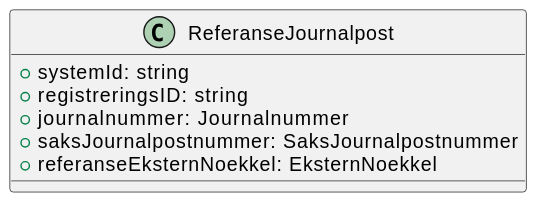
The PlantUML diagram Dokumentasjon/V1/ClassDiagrams/no.ks.fiks.saksfaser.v1.felles.referansejournalpost/classdiagram.svg in ks-no/fiks-saksfaser-specification, before a commit. Its diagram source:
```plantuml
@startuml
class ReferanseJournalpost {
    +systemId: string
    +registreringsID: string
    +journalnummer: Journalnummer
    +saksJournalpostnummer: SaksJournalpostnummer
    +referanseEksternNoekkel: EksternNoekkel
}
@enduml
```
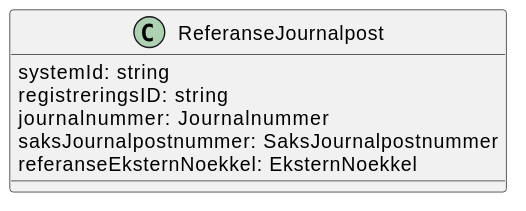
Above is the later version.

Diff of the diagram source:
```diff
@@ -1,9 +1,9 @@
 @startuml
 class ReferanseJournalpost {
-    +systemId: string
-    +registreringsID: string
-    +journalnummer: Journalnummer
-    +saksJournalpostnummer: SaksJournalpostnummer
-    +referanseEksternNoekkel: EksternNoekkel
+    systemId: string
+    registreringsID: string
+    journalnummer: Journalnummer
+    saksJournalpostnummer: SaksJournalpostnummer
+    referanseEksternNoekkel: EksternNoekkel
 }
 @enduml
```
